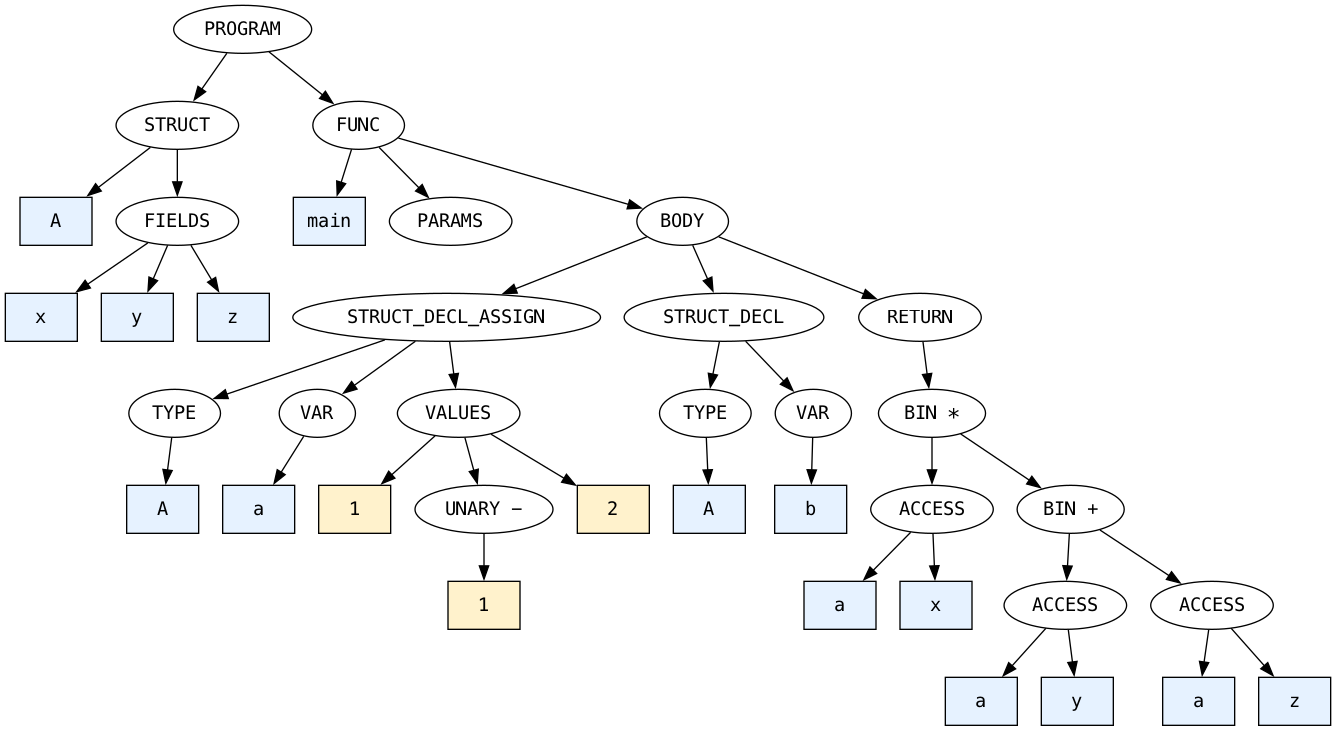
The Graphviz diagram examples/struct.png in Daniel-Sinkin/ScriptInterpreterInCpp, before a commit. Its source is kept beside it as examples/struct.dot.
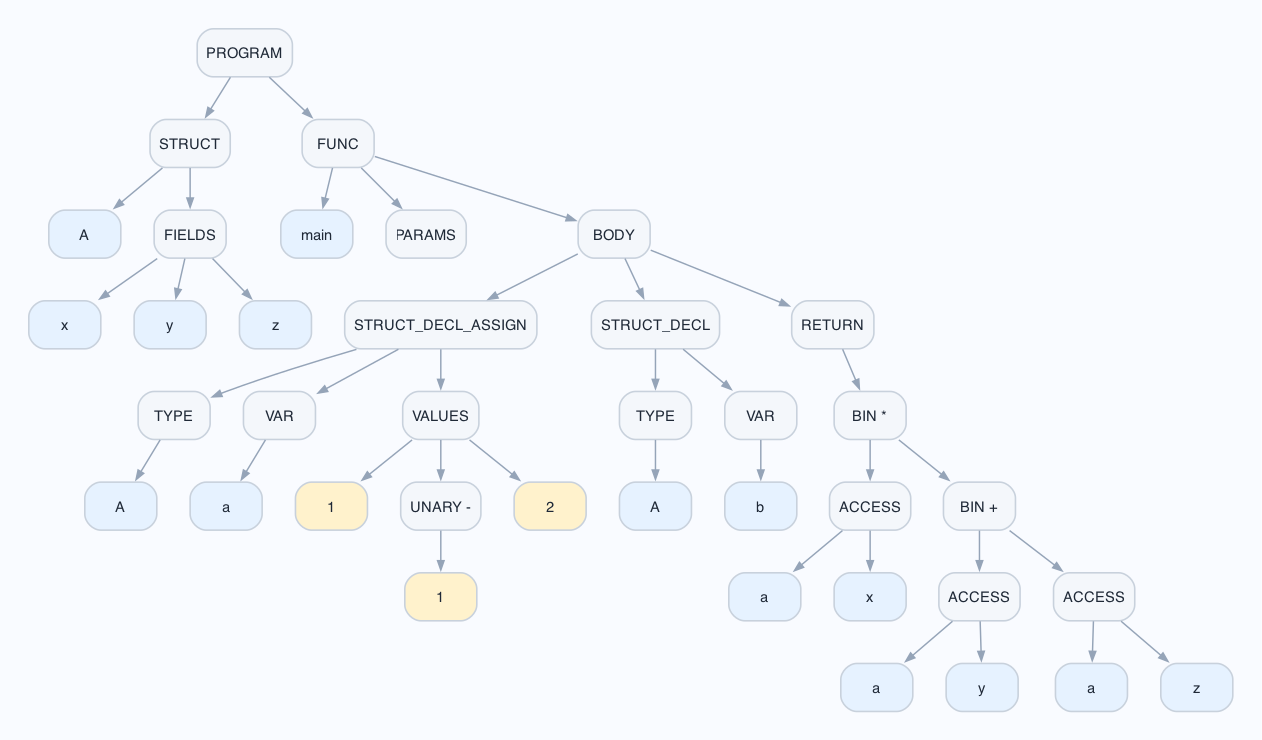
After the change.

Change to the diagram source:
```diff
@@ -1,43 +1,45 @@
 digraph AST {
-  node [fontname="monospace"];
+  graph [bgcolor="#f9fbff", pad="0.30", nodesep="0.35", ranksep="0.45", splines=true];
+  node [shape=box, style="rounded,filled", fontname="Helvetica", fontsize=11, color="#c8d1dc", fillcolor="#f4f7fb", fontcolor="#1f2937", penwidth=1.2, margin="0.10,0.06"];
+  edge [color="#95a4b8", penwidth=1.1, arrowsize=0.7];
   n0 [label="PROGRAM"];
   n1 [label="STRUCT"];
-  n2 [label="A", shape=box, style=filled, fillcolor="#e6f2ff"];
+  n2 [label="A", shape=box, style="rounded,filled", fillcolor="#e6f2ff"];
   n3 [label="FIELDS"];
-  n4 [label="x", shape=box, style=filled, fillcolor="#e6f2ff"];
-  n5 [label="y", shape=box, style=filled, fillcolor="#e6f2ff"];
-  n6 [label="z", shape=box, style=filled, fillcolor="#e6f2ff"];
+  n4 [label="x", shape=box, style="rounded,filled", fillcolor="#e6f2ff"];
+  n5 [label="y", shape=box, style="rounded,filled", fillcolor="#e6f2ff"];
+  n6 [label="z", shape=box, style="rounded,filled", fillcolor="#e6f2ff"];
   n7 [label="FUNC"];
-  n8 [label="main", shape=box, style=filled, fillcolor="#e6f2ff"];
+  n8 [label="main", shape=box, style="rounded,filled", fillcolor="#e6f2ff"];
   n9 [label="PARAMS"];
   n10 [label="BODY"];
   n11 [label="STRUCT_DECL_ASSIGN"];
   n12 [label="TYPE"];
-  n13 [label="A", shape=box, style=filled, fillcolor="#e6f2ff"];
+  n13 [label="A", shape=box, style="rounded,filled", fillcolor="#e6f2ff"];
   n14 [label="VAR"];
-  n15 [label="a", shape=box, style=filled, fillcolor="#e6f2ff"];
+  n15 [label="a", shape=box, style="rounded,filled", fillcolor="#e6f2ff"];
   n16 [label="VALUES"];
-  n17 [label="1", shape=box, style=filled, fillcolor="#fff2cc"];
+  n17 [label="1", shape=box, style="rounded,filled", fillcolor="#fff2cc"];
   n18 [label="UNARY -"];
-  n19 [label="1", shape=box, style=filled, fillcolor="#fff2cc"];
-  n20 [label="2", shape=box, style=filled, fillcolor="#fff2cc"];
+  n19 [label="1", shape=box, style="rounded,filled", fillcolor="#fff2cc"];
+  n20 [label="2", shape=box, style="rounded,filled", fillcolor="#fff2cc"];
   n21 [label="STRUCT_DECL"];
   n22 [label="TYPE"];
-  n23 [label="A", shape=box, style=filled, fillcolor="#e6f2ff"];
+  n23 [label="A", shape=box, style="rounded,filled", fillcolor="#e6f2ff"];
   n24 [label="VAR"];
-  n25 [label="b", shape=box, style=filled, fillcolor="#e6f2ff"];
+  n25 [label="b", shape=box, style="rounded,filled", fillcolor="#e6f2ff"];
   n26 [label="RETURN"];
   n27 [label="BIN *"];
   n28 [label="ACCESS"];
-  n29 [label="a", shape=box, style=filled, fillcolor="#e6f2ff"];
-  n30 [label="x", shape=box, style=filled, fillcolor="#e6f2ff"];
+  n29 [label="a", shape=box, style="rounded,filled", fillcolor="#e6f2ff"];
+  n30 [label="x", shape=box, style="rounded,filled", fillcolor="#e6f2ff"];
   n31 [label="BIN +"];
   n32 [label="ACCESS"];
-  n33 [label="a", shape=box, style=filled, fillcolor="#e6f2ff"];
-  n34 [label="y", shape=box, style=filled, fillcolor="#e6f2ff"];
+  n33 [label="a", shape=box, style="rounded,filled", fillcolor="#e6f2ff"];
+  n34 [label="y", shape=box, style="rounded,filled", fillcolor="#e6f2ff"];
   n35 [label="ACCESS"];
-  n36 [label="a", shape=box, style=filled, fillcolor="#e6f2ff"];
-  n37 [label="z", shape=box, style=filled, fillcolor="#e6f2ff"];
+  n36 [label="a", shape=box, style="rounded,filled", fillcolor="#e6f2ff"];
+  n37 [label="z", shape=box, style="rounded,filled", fillcolor="#e6f2ff"];
   n1 -> n2;
   n1 -> n3;
   n3 -> n4;
```
